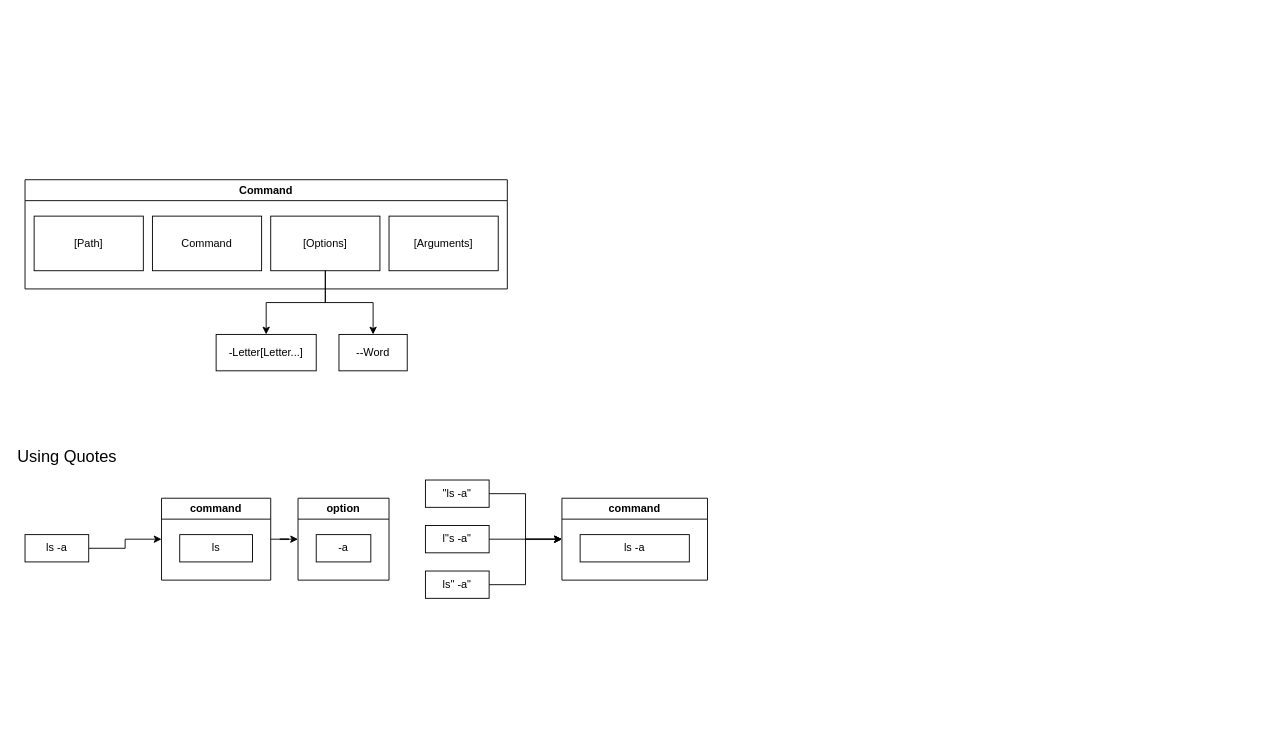
Above: Docs/command_line_structure.drawio in Aleshin/minishell (draw.io), before the change. Source tidied: cells renumbered, new cells numbered last; positions are measured from the earlier drawing's top-left corner, leaving out a move shared by most shapes. Both pictures are drawn from the tidied source at 91%, with x=0, y=0 at pixel (15, 179).
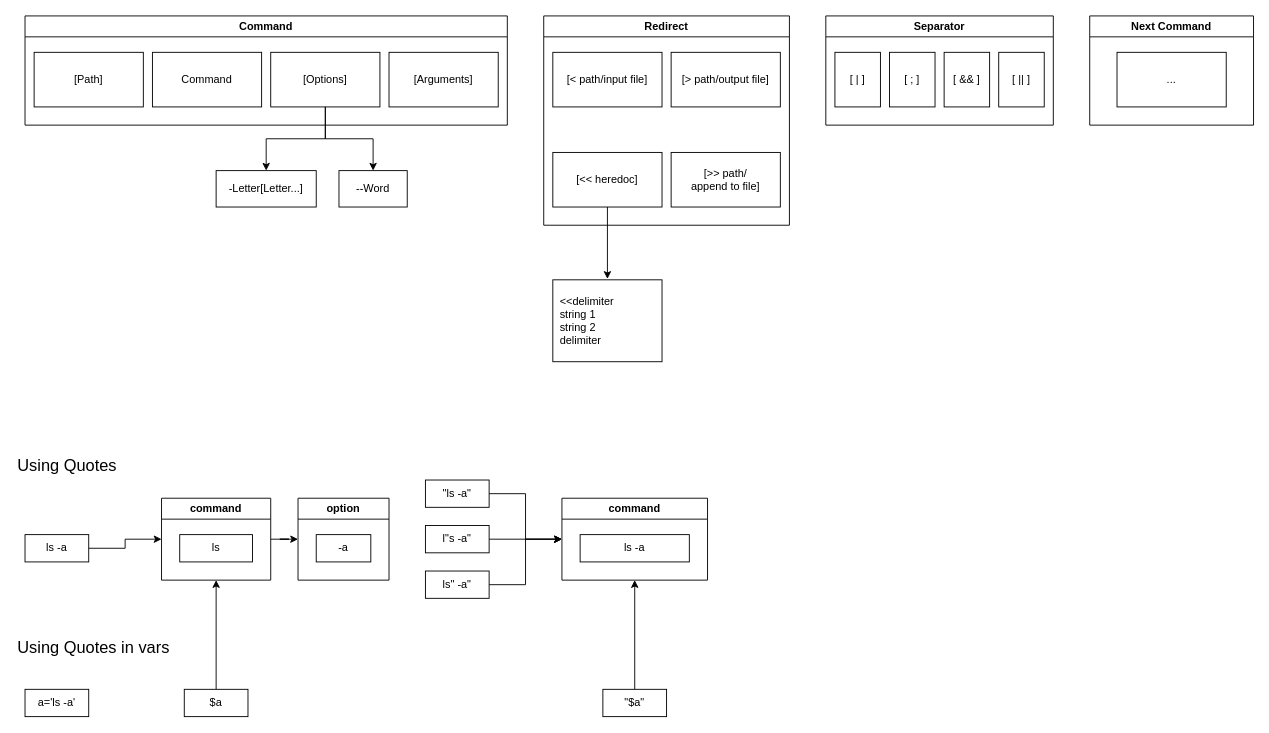
After the change.

Commit message (it also covers changes not shown here):
command structure detailed

The change refers to these unchanged cells:
```xml
<mxCell id="13" value="command" style="swimlane;whiteSpace=wrap;html=1;" parent="1" vertex="1">
  <mxGeometry x="600" y="350" width="160" height="90" as="geometry" />
</mxCell>
<mxCell id="18" value="command" style="swimlane;whiteSpace=wrap;html=1;" parent="1" vertex="1">
  <mxGeometry x="160" y="350" width="120" height="90" as="geometry" />
</mxCell>
```

Change to the diagram source:
```diff
@@
     <mxCell id="2" value="Command" style="swimlane;whiteSpace=wrap;html=1;" parent="1" vertex="1">
-      <mxGeometry x="10" width="530" height="120" as="geometry" />
+      <mxGeometry x="10" y="-180" width="530" height="120" as="geometry" />
     </mxCell>
@@
     <mxCell id="7" value="-Letter[Letter...]" style="rounded=0;whiteSpace=wrap;html=1;" parent="1" vertex="1">
-      <mxGeometry x="220" y="170" width="110" height="40" as="geometry" />
+      <mxGeometry x="220" y="-10" width="110" height="40" as="geometry" />
     </mxCell>
@@
     <mxCell id="9" value="--Word" style="rounded=0;whiteSpace=wrap;html=1;" parent="1" vertex="1">
-      <mxGeometry x="355" y="170" width="75" height="40" as="geometry" />
+      <mxGeometry x="355" y="-10" width="75" height="40" as="geometry" />
     </mxCell>
@@
     <mxCell id="26" value="Using Quotes" style="text;html=1;align=left;verticalAlign=middle;whiteSpace=wrap;rounded=0;fontSize=18;" parent="1" vertex="1">
-      <mxGeometry y="290" width="130" height="30" as="geometry" />
+      <mxGeometry y="300" width="130" height="30" as="geometry" />
     </mxCell>
+    <mxCell id="27" value="Using Quotes in vars" style="text;html=1;align=left;verticalAlign=middle;whiteSpace=wrap;rounded=0;fontSize=18;" parent="1" vertex="1">
+      <mxGeometry y="500" width="190" height="30" as="geometry" />
+    </mxCell>
+    <mxCell id="28" value="a='ls -a'" style="rounded=0;whiteSpace=wrap;html=1;" parent="1" vertex="1">
+      <mxGeometry x="10" y="560" width="70" height="30" as="geometry" />
+    </mxCell>
+    <mxCell id="29" style="edgeStyle=orthogonalEdgeStyle;rounded=0;jettySize=auto;html=1;entryX=0.5;entryY=1;entryDx=0;entryDy=0;" parent="1" edge="1" source="30" target="18">
+      <mxGeometry relative="1" as="geometry" />
+    </mxCell>
+    <mxCell id="30" value="$a" style="rounded=0;whiteSpace=wrap;html=1;" parent="1" vertex="1">
+      <mxGeometry x="185" y="560" width="70" height="30" as="geometry" />
+    </mxCell>
+    <mxCell id="31" style="edgeStyle=orthogonalEdgeStyle;rounded=0;jettySize=auto;html=1;entryX=0.5;entryY=1;entryDx=0;entryDy=0;" parent="1" edge="1" source="32" target="13">
+      <mxGeometry relative="1" as="geometry" />
+    </mxCell>
+    <mxCell id="32" value="&quot;$a&quot;" style="rounded=0;whiteSpace=wrap;html=1;" parent="1" vertex="1">
+      <mxGeometry x="645" y="560" width="70" height="30" as="geometry" />
+    </mxCell>
+    <mxCell id="33" value="Redirect" style="swimlane;whiteSpace=wrap;html=1;" parent="1" vertex="1">
+      <mxGeometry x="580" y="-180" width="270" height="230" as="geometry" />
+    </mxCell>
+    <mxCell id="34" value="[&amp;gt; path/output file]" style="rounded=0;whiteSpace=wrap;html=1;" parent="33" vertex="1">
+      <mxGeometry x="140" y="40" width="120" height="60" as="geometry" />
+    </mxCell>
+    <mxCell id="35" value="[&amp;lt; path/input file]" style="rounded=0;whiteSpace=wrap;html=1;" parent="33" vertex="1">
+      <mxGeometry x="10" y="40" width="120" height="60" as="geometry" />
+    </mxCell>
+    <mxCell id="36" value="[&amp;lt;&amp;lt; heredoc]" style="rounded=0;whiteSpace=wrap;html=1;" parent="33" vertex="1">
+      <mxGeometry x="10" y="150" width="120" height="60" as="geometry" />
+    </mxCell>
+    <mxCell id="37" value="[&amp;gt;&amp;gt; path/&lt;br&gt;append to file]" style="rounded=0;whiteSpace=wrap;html=1;" parent="33" vertex="1">
+      <mxGeometry x="140" y="150" width="120" height="60" as="geometry" />
+    </mxCell>
+    <mxCell id="38" value="Separator" style="swimlane;whiteSpace=wrap;html=1;" parent="1" vertex="1">
+      <mxGeometry x="890" y="-180" width="250" height="120" as="geometry" />
+    </mxCell>
+    <mxCell id="39" value="[ | ]" style="rounded=0;whiteSpace=wrap;html=1;" parent="38" vertex="1">
+      <mxGeometry x="10" y="40" width="50" height="60" as="geometry" />
+    </mxCell>
+    <mxCell id="40" value="[ ; ]" style="rounded=0;whiteSpace=wrap;html=1;" parent="38" vertex="1">
+      <mxGeometry x="70" y="40" width="50" height="60" as="geometry" />
+    </mxCell>
+    <mxCell id="41" value="[ &amp;amp;&amp;amp; ]" style="rounded=0;whiteSpace=wrap;html=1;" parent="38" vertex="1">
+      <mxGeometry x="130" y="40" width="50" height="60" as="geometry" />
+    </mxCell>
+    <mxCell id="42" value="[ || ]" style="rounded=0;whiteSpace=wrap;html=1;" parent="38" vertex="1">
+      <mxGeometry x="190" y="40" width="50" height="60" as="geometry" />
+    </mxCell>
+    <mxCell id="43" value="Next Command" style="swimlane;whiteSpace=wrap;html=1;" parent="1" vertex="1">
+      <mxGeometry x="1180" y="-180" width="180" height="120" as="geometry" />
+    </mxCell>
+    <mxCell id="44" value="..." style="rounded=0;whiteSpace=wrap;html=1;" parent="43" vertex="1">
+      <mxGeometry x="30" y="40" width="120" height="60" as="geometry" />
+    </mxCell>
+    <mxCell id="45" value="&amp;lt;&amp;lt;delimiter&lt;div&gt;string 1&lt;/div&gt;&lt;div&gt;string 2&lt;/div&gt;&lt;div&gt;delimiter&lt;/div&gt;" style="rounded=0;whiteSpace=wrap;html=1;align=left;perimeterSpacing=1;spacingLeft=6;" parent="1" vertex="1">
+      <mxGeometry x="590" y="110" width="120" height="90" as="geometry" />
+    </mxCell>
+    <mxCell id="46" style="edgeStyle=orthogonalEdgeStyle;rounded=0;jettySize=auto;html=1;" parent="1" edge="1" source="36" target="45">
+      <mxGeometry relative="1" as="geometry" />
+    </mxCell>
```
